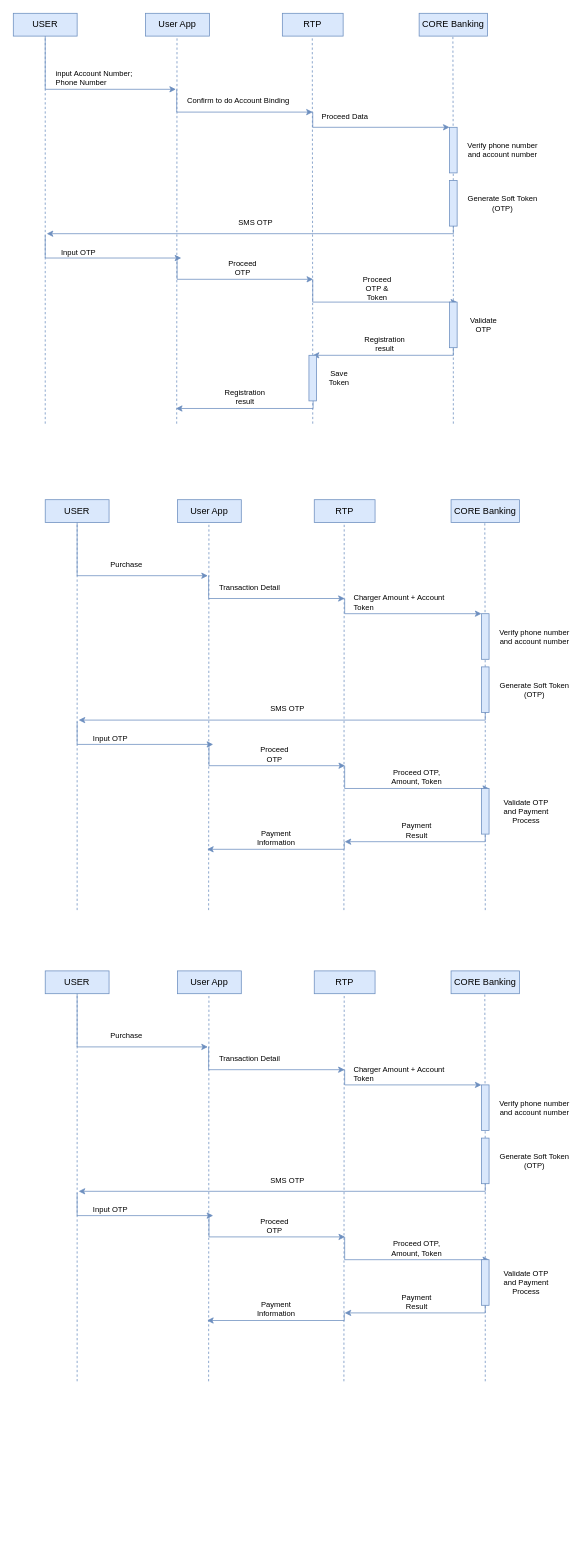
Above: api flow.drawio in stephendaniel31/draw.io (draw.io), before the change. Source tidied: cells renumbered, new cells numbered last; positions are measured from the earlier drawing's top-left corner, leaving out a move shared by most shapes. Both pictures are drawn from the tidied source at 76%, with x=0, y=0 at pixel (13, 13).
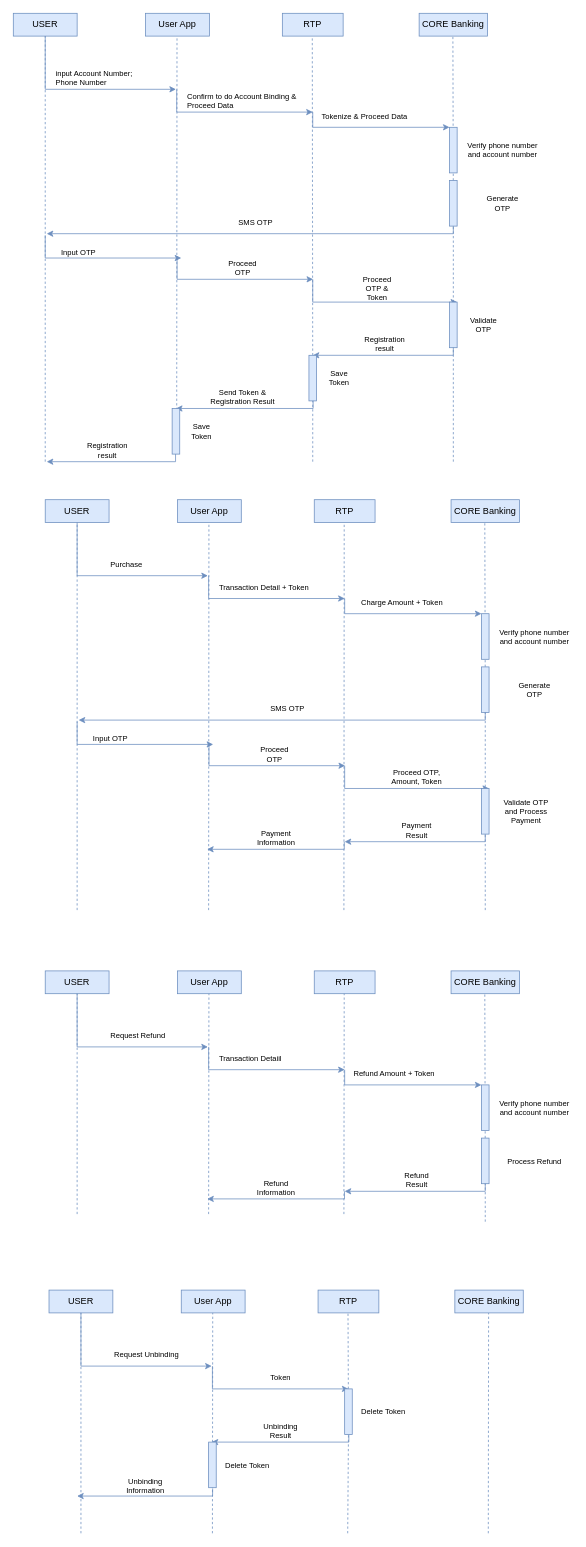
Above is the later version.

Unchanged cells that the change refers to:
```xml
<mxCell id="3" value="USER" style="rounded=0;whiteSpace=wrap;html=1;fillColor=#dae8fc;strokeColor=#6c8ebf;" parent="1" vertex="1">
  <mxGeometry width="84" height="30" as="geometry" />
</mxCell>
<mxCell id="18" style="rounded=0;whiteSpace=wrap;html=1;fontSize=8;fillColor=#dae8fc;strokeColor=#6c8ebf;" parent="1" vertex="1">
  <mxGeometry x="574" y="220" width="10" height="60" as="geometry" />
</mxCell>
<mxCell id="33" style="rounded=0;whiteSpace=wrap;html=1;fontSize=8;fillColor=#dae8fc;strokeColor=#6c8ebf;" parent="1" vertex="1">
  <mxGeometry x="389" y="450" width="10" height="60" as="geometry" />
</mxCell>
<mxCell id="72" value="USER" style="rounded=0;whiteSpace=wrap;html=1;fillColor=#dae8fc;strokeColor=#6c8ebf;" parent="1" vertex="1">
  <mxGeometry x="42" y="1260" width="84" height="30" as="geometry" />
</mxCell>
<mxCell id="87" style="rounded=0;whiteSpace=wrap;html=1;fontSize=8;fillColor=#dae8fc;strokeColor=#6c8ebf;" parent="1" vertex="1">
  <mxGeometry x="616" y="1480" width="10" height="60" as="geometry" />
</mxCell>
```

Diff of the diagram source:
```diff
@@
     <mxCell id="6" style="endArrow=none;dashed=1;html=1;rounded=0;entryX=0.5;entryY=1;entryDx=0;entryDy=0;fillColor=#dae8fc;strokeColor=#6c8ebf;" parent="1" edge="1" target="3">
       <mxGeometry relative="1" as="geometry">
-        <mxPoint x="42" y="540" as="sourcePoint" />
+        <mxPoint x="42" y="590" as="sourcePoint" />
       </mxGeometry>
     </mxCell>
@@
-    <mxCell id="13" value="Confirm to do Account Binding" style="text;html=1;fillColor=none;align=left;verticalAlign=middle;whiteSpace=wrap;rounded=0;fontSize=10;" parent="1" vertex="1">
+    <mxCell id="13" value="Confirm to do Account Binding &amp;amp; Proceed Data" style="text;html=1;fillColor=none;align=left;verticalAlign=middle;whiteSpace=wrap;rounded=0;fontSize=10;" parent="1" vertex="1">
       <mxGeometry x="227" y="100" width="150" height="30" as="geometry" />
     </mxCell>
@@
-    <mxCell id="15" value="Proceed Data" style="text;html=1;fillColor=none;align=left;verticalAlign=middle;whiteSpace=wrap;rounded=0;fontSize=10;" parent="1" vertex="1">
+    <mxCell id="15" value="Tokenize &amp;amp; Proceed Data" style="text;html=1;fillColor=none;align=left;verticalAlign=middle;whiteSpace=wrap;rounded=0;fontSize=10;" parent="1" vertex="1">
       <mxGeometry x="404" y="120" width="150" height="30" as="geometry" />
     </mxCell>
@@
     <mxCell id="19" style="endArrow=none;dashed=1;html=1;rounded=0;entryX=0.5;entryY=1;entryDx=0;entryDy=0;fillColor=#dae8fc;strokeColor=#6c8ebf;" parent="1" edge="1" target="18">
       <mxGeometry relative="1" as="geometry">
-        <mxPoint x="579" y="540" as="sourcePoint" />
+        <mxPoint x="579" y="590" as="sourcePoint" />
       </mxGeometry>
     </mxCell>
-    <mxCell id="20" value="Generate Soft Token&lt;br style=&quot;font-size: 10px;&quot;&gt;(OTP)" style="text;html=1;fillColor=none;align=center;verticalAlign=middle;whiteSpace=wrap;rounded=0;fontSize=10;" parent="1" vertex="1">
+    <mxCell id="20" value="Generate&lt;br&gt;OTP" style="text;html=1;fillColor=none;align=center;verticalAlign=middle;whiteSpace=wrap;rounded=0;fontSize=10;" parent="1" vertex="1">
       <mxGeometry x="594" y="235" width="100" height="30" as="geometry" />
     </mxCell>
@@
     <mxCell id="34" style="endArrow=none;dashed=1;html=1;rounded=0;entryX=0.5;entryY=1;entryDx=0;entryDy=0;fillColor=#dae8fc;strokeColor=#6c8ebf;" parent="1" edge="1" target="33">
       <mxGeometry relative="1" as="geometry">
-        <mxPoint x="394" y="540" as="sourcePoint" />
+        <mxPoint x="394" y="590" as="sourcePoint" />
       </mxGeometry>
     </mxCell>
@@
-    <mxCell id="37" value="Registration result" style="text;html=1;fillColor=none;align=center;verticalAlign=middle;whiteSpace=wrap;rounded=0;fontSize=10;" parent="1" vertex="1">
-      <mxGeometry x="279.5" y="490" width="50" height="30" as="geometry" />
+    <mxCell id="37" value="Send Token &amp;amp; Registration Result" style="text;html=1;fillColor=none;align=center;verticalAlign=middle;whiteSpace=wrap;rounded=0;fontSize=10;" parent="1" vertex="1">
+      <mxGeometry x="254.2" y="490" width="95.5" height="30" as="geometry" />
     </mxCell>
@@
-    <mxCell id="49" value="Transaction Detail" style="text;html=1;fillColor=none;align=left;verticalAlign=middle;whiteSpace=wrap;rounded=0;fontSize=10;" parent="1" vertex="1">
+    <mxCell id="49" value="Transaction Detail + Token" style="text;html=1;fillColor=none;align=left;verticalAlign=middle;whiteSpace=wrap;rounded=0;fontSize=10;" parent="1" vertex="1">
       <mxGeometry x="269" y="740" width="150" height="30" as="geometry" />
     </mxCell>
@@
-    <mxCell id="51" value="Charger Amount + Account Token" style="text;html=1;fillColor=none;align=left;verticalAlign=middle;whiteSpace=wrap;rounded=0;fontSize=10;" parent="1" vertex="1">
-      <mxGeometry x="446" y="760" width="150" height="30" as="geometry" />
+    <mxCell id="51" value="Charge Amount + Token" style="text;html=1;fillColor=none;align=left;verticalAlign=middle;whiteSpace=wrap;rounded=0;fontSize=10;" parent="1" vertex="1">
+      <mxGeometry x="456" y="760" width="150" height="30" as="geometry" />
     </mxCell>
@@
-    <mxCell id="56" value="Generate Soft Token&lt;br style=&quot;font-size: 10px;&quot;&gt;(OTP)" style="text;html=1;fillColor=none;align=center;verticalAlign=middle;whiteSpace=wrap;rounded=0;fontSize=10;" parent="1" vertex="1">
-      <mxGeometry x="636" y="875" width="100" height="30" as="geometry" />
+    <mxCell id="56" value="Generate&lt;br&gt;OTP" style="text;html=1;fillColor=none;align=center;verticalAlign=middle;whiteSpace=wrap;rounded=0;fontSize=10;" parent="1" vertex="1">
+      <mxGeometry x="647" y="875" width="78" height="30" as="geometry" />
     </mxCell>
@@
-    <mxCell id="66" value="Validate OTP and Payment Process" style="text;html=1;fillColor=none;align=center;verticalAlign=middle;whiteSpace=wrap;rounded=0;fontSize=10;" parent="1" vertex="1">
+    <mxCell id="66" value="Validate OTP and Process Payment" style="text;html=1;fillColor=none;align=center;verticalAlign=middle;whiteSpace=wrap;rounded=0;fontSize=10;" parent="1" vertex="1">
       <mxGeometry x="636" y="1035" width="78" height="30" as="geometry" />
     </mxCell>
@@
     <mxCell id="75" style="endArrow=none;dashed=1;html=1;rounded=0;entryX=0.5;entryY=1;entryDx=0;entryDy=0;fillColor=#dae8fc;strokeColor=#6c8ebf;" parent="1" edge="1" target="72">
       <mxGeometry relative="1" as="geometry">
-        <mxPoint x="84" y="1800" as="sourcePoint" />
+        <mxPoint x="84" y="1580" as="sourcePoint" />
       </mxGeometry>
     </mxCell>
     <mxCell id="76" style="endArrow=none;dashed=1;html=1;rounded=0;entryX=0.5;entryY=1;entryDx=0;entryDy=0;fillColor=#dae8fc;strokeColor=#6c8ebf;" parent="1" edge="1">
       <mxGeometry relative="1" as="geometry">
-        <mxPoint x="257" y="1800" as="sourcePoint" />
+        <mxPoint x="257" y="1580" as="sourcePoint" />
         <mxPoint x="257.4" y="1290" as="targetPoint" />
       </mxGeometry>
     </mxCell>
     <mxCell id="77" style="endArrow=none;dashed=1;html=1;rounded=0;entryX=0.5;entryY=1;entryDx=0;entryDy=0;startArrow=none;fillColor=#dae8fc;strokeColor=#6c8ebf;" parent="1" edge="1">
       <mxGeometry relative="1" as="geometry">
-        <mxPoint x="435" y="1800" as="sourcePoint" />
+        <mxPoint x="435" y="1580" as="sourcePoint" />
         <mxPoint x="435.4" y="1290" as="targetPoint" />
       </mxGeometry>
     </mxCell>
@@
-    <mxCell id="79" value="Purchase" style="text;html=1;fillColor=none;align=left;verticalAlign=middle;whiteSpace=wrap;rounded=0;fontSize=10;" parent="1" vertex="1">
+    <mxCell id="79" value="Request Refund" style="text;html=1;fillColor=none;align=left;verticalAlign=middle;whiteSpace=wrap;rounded=0;fontSize=10;" parent="1" vertex="1">
       <mxGeometry x="126" y="1330" width="130" height="30" as="geometry" />
     </mxCell>
@@
-    <mxCell id="82" value="Transaction Detail" style="text;html=1;fillColor=none;align=left;verticalAlign=middle;whiteSpace=wrap;rounded=0;fontSize=10;" parent="1" vertex="1">
+    <mxCell id="82" value="Transaction Detaiil" style="text;html=1;fillColor=none;align=left;verticalAlign=middle;whiteSpace=wrap;rounded=0;fontSize=10;" parent="1" vertex="1">
       <mxGeometry x="269" y="1360" width="150" height="30" as="geometry" />
     </mxCell>
@@
-    <mxCell id="84" value="Charger Amount + Account Token" style="text;html=1;fillColor=none;align=left;verticalAlign=middle;whiteSpace=wrap;rounded=0;fontSize=10;" parent="1" vertex="1">
+    <mxCell id="84" value="Refund Amount + Token" style="text;html=1;fillColor=none;align=left;verticalAlign=middle;whiteSpace=wrap;rounded=0;fontSize=10;" parent="1" vertex="1">
       <mxGeometry x="446" y="1380" width="150" height="30" as="geometry" />
     </mxCell>
@@
     <mxCell id="88" style="endArrow=none;dashed=1;html=1;rounded=0;entryX=0.5;entryY=1;entryDx=0;entryDy=0;fillColor=#dae8fc;strokeColor=#6c8ebf;" parent="1" edge="1" target="87">
       <mxGeometry relative="1" as="geometry">
-        <mxPoint x="621" y="1800" as="sourcePoint" />
+        <mxPoint x="621" y="1590" as="sourcePoint" />
       </mxGeometry>
     </mxCell>
-    <mxCell id="89" value="Generate Soft Token&lt;br style=&quot;font-size: 10px;&quot;&gt;(OTP)" style="text;html=1;fillColor=none;align=center;verticalAlign=middle;whiteSpace=wrap;rounded=0;fontSize=10;" parent="1" vertex="1">
+    <mxCell id="89" value="Process Refund" style="text;html=1;fillColor=none;align=center;verticalAlign=middle;whiteSpace=wrap;rounded=0;fontSize=10;" parent="1" vertex="1">
       <mxGeometry x="636" y="1495" width="100" height="30" as="geometry" />
     </mxCell>
-    <mxCell id="90" style="endArrow=classic;html=1;rounded=0;exitX=0.5;exitY=1;exitDx=0;exitDy=0;fillColor=#dae8fc;strokeColor=#6c8ebf;" parent="1" edge="1" source="87">
-      <mxGeometry relative="1" as="geometry">
-        <mxPoint x="86" y="1550" as="targetPoint" />
-        <Array as="points">
-          <mxPoint x="621" y="1550" />
-        </Array>
-      </mxGeometry>
-    </mxCell>
-    <mxCell id="91" value="SMS OTP" style="text;html=1;fillColor=none;align=center;verticalAlign=middle;whiteSpace=wrap;rounded=0;fontSize=10;" parent="1" vertex="1">
-      <mxGeometry x="336" y="1520" width="50" height="30" as="geometry" />
-    </mxCell>
-    <mxCell id="92" value="Input OTP" style="text;html=1;fillColor=none;align=center;verticalAlign=middle;whiteSpace=wrap;rounded=0;fontSize=10;" parent="1" vertex="1">
-      <mxGeometry x="103" y="1559" width="50" height="30" as="geometry" />
-    </mxCell>
-    <mxCell id="93" style="endArrow=classic;html=1;rounded=0;exitX=0.5;exitY=1;exitDx=0;exitDy=0;fillColor=#dae8fc;strokeColor=#6c8ebf;" parent="1" edge="1">
-      <mxGeometry relative="1" as="geometry">
-        <mxPoint x="84" y="1552" as="sourcePoint" />
-        <mxPoint x="263" y="1582" as="targetPoint" />
-        <Array as="points">
-          <mxPoint x="84" y="1582" />
-        </Array>
-      </mxGeometry>
-    </mxCell>
-    <mxCell id="94" style="endArrow=classic;html=1;rounded=0;exitX=0.5;exitY=1;exitDx=0;exitDy=0;fillColor=#dae8fc;strokeColor=#6c8ebf;" parent="1" edge="1">
-      <mxGeometry relative="1" as="geometry">
-        <mxPoint x="257.5" y="1580" as="sourcePoint" />
-        <mxPoint x="436.5" y="1610" as="targetPoint" />
-        <Array as="points">
-          <mxPoint x="257.5" y="1610" />
-        </Array>
-      </mxGeometry>
-    </mxCell>
-    <mxCell id="95" value="Proceed OTP" style="text;html=1;fillColor=none;align=center;verticalAlign=middle;whiteSpace=wrap;rounded=0;fontSize=10;" parent="1" vertex="1">
-      <mxGeometry x="319" y="1580" width="50" height="30" as="geometry" />
-    </mxCell>
-    <mxCell id="96" style="endArrow=classic;html=1;rounded=0;exitX=0.5;exitY=1;exitDx=0;exitDy=0;fillColor=#dae8fc;strokeColor=#6c8ebf;" parent="1" edge="1">
-      <mxGeometry relative="1" as="geometry">
-        <mxPoint x="436" y="1610" as="sourcePoint" />
-        <mxPoint x="626" y="1640" as="targetPoint" />
-        <Array as="points">
-          <mxPoint x="436" y="1640" />
-        </Array>
-      </mxGeometry>
-    </mxCell>
-    <mxCell id="97" value="Proceed OTP, Amount, Token" style="text;html=1;fillColor=none;align=center;verticalAlign=middle;whiteSpace=wrap;rounded=0;fontSize=10;" parent="1" vertex="1">
-      <mxGeometry x="482" y="1610" width="98" height="30" as="geometry" />
-    </mxCell>
-    <mxCell id="98" style="rounded=0;whiteSpace=wrap;html=1;fontSize=8;fillColor=#dae8fc;strokeColor=#6c8ebf;" parent="1" vertex="1">
-      <mxGeometry x="616" y="1640" width="10" height="60" as="geometry" />
-    </mxCell>
-    <mxCell id="99" value="Validate OTP and Payment Process" style="text;html=1;fillColor=none;align=center;verticalAlign=middle;whiteSpace=wrap;rounded=0;fontSize=10;" parent="1" vertex="1">
-      <mxGeometry x="636" y="1655" width="78" height="30" as="geometry" />
-    </mxCell>
     <mxCell id="100" style="endArrow=classic;html=1;rounded=0;exitX=0.5;exitY=1;exitDx=0;exitDy=0;fillColor=#dae8fc;strokeColor=#6c8ebf;" parent="1" edge="1">
       <mxGeometry relative="1" as="geometry">
-        <mxPoint x="621" y="1700" as="sourcePoint" />
-        <mxPoint x="436" y="1710" as="targetPoint" />
+        <mxPoint x="621" y="1540" as="sourcePoint" />
+        <mxPoint x="436" y="1550" as="targetPoint" />
         <Array as="points">
-          <mxPoint x="621" y="1710" />
+          <mxPoint x="621" y="1550" />
         </Array>
       </mxGeometry>
     </mxCell>
-    <mxCell id="101" value="Payment Result" style="text;html=1;fillColor=none;align=center;verticalAlign=middle;whiteSpace=wrap;rounded=0;fontSize=10;" parent="1" vertex="1">
-      <mxGeometry x="506" y="1680" width="50" height="30" as="geometry" />
+    <mxCell id="101" value="Refund Result" style="text;html=1;fillColor=none;align=center;verticalAlign=middle;whiteSpace=wrap;rounded=0;fontSize=10;" parent="1" vertex="1">
+      <mxGeometry x="506" y="1520" width="50" height="30" as="geometry" />
     </mxCell>
     <mxCell id="102" style="endArrow=classic;html=1;rounded=0;exitX=0.5;exitY=1;exitDx=0;exitDy=0;fillColor=#dae8fc;strokeColor=#6c8ebf;" parent="1" edge="1">
       <mxGeometry relative="1" as="geometry">
-        <mxPoint x="435.5" y="1710" as="sourcePoint" />
-        <mxPoint x="255" y="1720" as="targetPoint" />
+        <mxPoint x="435.8" y="1550" as="sourcePoint" />
+        <mxPoint x="255.2" y="1560" as="targetPoint" />
         <Array as="points">
-          <mxPoint x="435.5" y="1720" />
+          <mxPoint x="435.8" y="1560" />
         </Array>
       </mxGeometry>
     </mxCell>
-    <mxCell id="103" value="Payment Information" style="text;html=1;fillColor=none;align=center;verticalAlign=middle;whiteSpace=wrap;rounded=0;fontSize=10;" parent="1" vertex="1">
-      <mxGeometry x="320.5" y="1690" width="50" height="30" as="geometry" />
+    <mxCell id="103" value="Refund&lt;br&gt;Information" style="text;html=1;fillColor=none;align=center;verticalAlign=middle;whiteSpace=wrap;rounded=0;fontSize=10;" parent="1" vertex="1">
+      <mxGeometry x="320.8" y="1530" width="50" height="30" as="geometry" />
     </mxCell>
+    <mxCell id="104" style="rounded=0;whiteSpace=wrap;html=1;fontSize=8;fillColor=#dae8fc;strokeColor=#6c8ebf;" parent="1" vertex="1">
+      <mxGeometry x="209" y="520" width="10" height="60" as="geometry" />
+    </mxCell>
+    <mxCell id="105" value="Save Token" style="text;html=1;fillColor=none;align=center;verticalAlign=middle;whiteSpace=wrap;rounded=0;fontSize=10;" parent="1" vertex="1">
+      <mxGeometry x="223" y="535" width="50" height="30" as="geometry" />
+    </mxCell>
+    <mxCell id="106" style="endArrow=classic;html=1;rounded=0;exitX=0.5;exitY=1;exitDx=0;exitDy=0;fillColor=#dae8fc;strokeColor=#6c8ebf;" parent="1" edge="1">
+      <mxGeometry relative="1" as="geometry">
+        <mxPoint x="213.5" y="580" as="sourcePoint" />
+        <mxPoint x="44" y="590" as="targetPoint" />
+        <Array as="points">
+          <mxPoint x="213.5" y="590" />
+        </Array>
+      </mxGeometry>
+    </mxCell>
+    <mxCell id="107" value="Registration result" style="text;html=1;fillColor=none;align=center;verticalAlign=middle;whiteSpace=wrap;rounded=0;fontSize=10;" parent="1" vertex="1">
+      <mxGeometry x="98.5" y="560" width="50" height="30" as="geometry" />
+    </mxCell>
+    <mxCell id="108" style="endArrow=none;dashed=1;html=1;rounded=0;entryX=0.5;entryY=1;entryDx=0;entryDy=0;startArrow=none;fillColor=#dae8fc;strokeColor=#6c8ebf;" parent="1" edge="1">
+      <mxGeometry relative="1" as="geometry">
+        <mxPoint x="625" y="2000" as="sourcePoint" />
+        <mxPoint x="625.4" y="1710" as="targetPoint" />
+      </mxGeometry>
+    </mxCell>
+    <mxCell id="109" value="USER" style="rounded=0;whiteSpace=wrap;html=1;fillColor=#dae8fc;strokeColor=#6c8ebf;" parent="1" vertex="1">
+      <mxGeometry x="47" y="1680" width="84" height="30" as="geometry" />
+    </mxCell>
+    <mxCell id="110" value="User App" style="rounded=0;whiteSpace=wrap;html=1;fillColor=#dae8fc;strokeColor=#6c8ebf;" parent="1" vertex="1">
+      <mxGeometry x="221" y="1680" width="84" height="30" as="geometry" />
+    </mxCell>
+    <mxCell id="111" value="RTP" style="rounded=0;whiteSpace=wrap;html=1;fillColor=#dae8fc;strokeColor=#6c8ebf;" parent="1" vertex="1">
+      <mxGeometry x="401" y="1680" width="80" height="30" as="geometry" />
+    </mxCell>
+    <mxCell id="112" style="endArrow=none;dashed=1;html=1;rounded=0;entryX=0.5;entryY=1;entryDx=0;entryDy=0;fillColor=#dae8fc;strokeColor=#6c8ebf;" parent="1" edge="1" target="109">
+      <mxGeometry relative="1" as="geometry">
+        <mxPoint x="89" y="2000" as="sourcePoint" />
+      </mxGeometry>
+    </mxCell>
+    <mxCell id="113" style="endArrow=none;dashed=1;html=1;rounded=0;entryX=0.5;entryY=1;entryDx=0;entryDy=0;fillColor=#dae8fc;strokeColor=#6c8ebf;" parent="1" edge="1">
+      <mxGeometry relative="1" as="geometry">
+        <mxPoint x="262" y="2000" as="sourcePoint" />
+        <mxPoint x="262.4" y="1710" as="targetPoint" />
+      </mxGeometry>
+    </mxCell>
+    <mxCell id="114" style="endArrow=none;dashed=1;html=1;rounded=0;entryX=0.5;entryY=1;entryDx=0;entryDy=0;startArrow=none;fillColor=#dae8fc;strokeColor=#6c8ebf;" parent="1" edge="1" source="123">
+      <mxGeometry relative="1" as="geometry">
+        <mxPoint x="440.4" y="1710" as="targetPoint" />
+      </mxGeometry>
+    </mxCell>
+    <mxCell id="115" style="endArrow=classic;html=1;rounded=0;exitX=0.5;exitY=1;exitDx=0;exitDy=0;fillColor=#dae8fc;strokeColor=#6c8ebf;" parent="1" edge="1" source="109">
+      <mxGeometry relative="1" as="geometry">
+        <mxPoint x="261" y="1780" as="targetPoint" />
+        <Array as="points">
+          <mxPoint x="89" y="1780" />
+        </Array>
+      </mxGeometry>
+    </mxCell>
+    <mxCell id="116" value="Request Unbinding" style="text;html=1;fillColor=none;align=left;verticalAlign=middle;whiteSpace=wrap;rounded=0;fontSize=10;" parent="1" vertex="1">
+      <mxGeometry x="131" y="1750" width="130" height="30" as="geometry" />
+    </mxCell>
+    <mxCell id="117" style="endArrow=classic;html=1;rounded=0;exitX=0.5;exitY=1;exitDx=0;exitDy=0;fillColor=#dae8fc;strokeColor=#6c8ebf;" parent="1" edge="1">
+      <mxGeometry relative="1" as="geometry">
+        <mxPoint x="262" y="1780" as="sourcePoint" />
+        <mxPoint x="441" y="1810" as="targetPoint" />
+        <Array as="points">
+          <mxPoint x="262" y="1810" />
+        </Array>
+      </mxGeometry>
+    </mxCell>
+    <mxCell id="118" value="CORE Banking" style="rounded=0;whiteSpace=wrap;html=1;fillColor=#dae8fc;strokeColor=#6c8ebf;" parent="1" vertex="1">
+      <mxGeometry x="581" y="1680" width="90" height="30" as="geometry" />
+    </mxCell>
+    <mxCell id="119" value="Token" style="text;html=1;fillColor=none;align=center;verticalAlign=middle;whiteSpace=wrap;rounded=0;fontSize=10;" parent="1" vertex="1">
+      <mxGeometry x="277" y="1780" width="150" height="30" as="geometry" />
+    </mxCell>
+    <mxCell id="120" value="Delete Token" style="text;html=1;fillColor=none;align=left;verticalAlign=middle;whiteSpace=wrap;rounded=0;fontSize=10;" parent="1" vertex="1">
+      <mxGeometry x="456" y="1825" width="150" height="30" as="geometry" />
+    </mxCell>
+    <mxCell id="121" style="endArrow=classic;html=1;rounded=0;exitX=0.5;exitY=1;exitDx=0;exitDy=0;fillColor=#dae8fc;strokeColor=#6c8ebf;" parent="1" edge="1">
+      <mxGeometry relative="1" as="geometry">
+        <mxPoint x="441.5" y="1870" as="sourcePoint" />
+        <mxPoint x="261" y="1880" as="targetPoint" />
+        <Array as="points">
+          <mxPoint x="441.5" y="1880" />
+        </Array>
+      </mxGeometry>
+    </mxCell>
+    <mxCell id="122" value="Unbinding Result" style="text;html=1;fillColor=none;align=center;verticalAlign=middle;whiteSpace=wrap;rounded=0;fontSize=10;" parent="1" vertex="1">
+      <mxGeometry x="326.5" y="1850" width="50" height="30" as="geometry" />
+    </mxCell>
+    <mxCell id="123" style="rounded=0;whiteSpace=wrap;html=1;fontSize=8;fillColor=#dae8fc;strokeColor=#6c8ebf;" parent="1" vertex="1">
+      <mxGeometry x="436" y="1810" width="10" height="60" as="geometry" />
+    </mxCell>
+    <mxCell id="124" style="endArrow=none;dashed=1;html=1;rounded=0;entryX=0.5;entryY=1;entryDx=0;entryDy=0;startArrow=none;fillColor=#dae8fc;strokeColor=#6c8ebf;" parent="1" edge="1" target="123">
+      <mxGeometry relative="1" as="geometry">
+        <mxPoint x="440" y="2000" as="sourcePoint" />
+      </mxGeometry>
+    </mxCell>
+    <mxCell id="125" value="Delete Token" style="text;html=1;fillColor=none;align=left;verticalAlign=middle;whiteSpace=wrap;rounded=0;fontSize=10;" parent="1" vertex="1">
+      <mxGeometry x="277" y="1895" width="150" height="30" as="geometry" />
+    </mxCell>
+    <mxCell id="126" style="rounded=0;whiteSpace=wrap;html=1;fontSize=8;fillColor=#dae8fc;strokeColor=#6c8ebf;" parent="1" vertex="1">
+      <mxGeometry x="257" y="1880" width="10" height="60" as="geometry" />
+    </mxCell>
+    <mxCell id="127" style="endArrow=classic;html=1;rounded=0;exitX=0.5;exitY=1;exitDx=0;exitDy=0;fillColor=#dae8fc;strokeColor=#6c8ebf;" parent="1" edge="1">
+      <mxGeometry relative="1" as="geometry">
+        <mxPoint x="262.3" y="1941" as="sourcePoint" />
+        <mxPoint x="84" y="1951" as="targetPoint" />
+        <Array as="points">
+          <mxPoint x="262.2" y="1951" />
+        </Array>
+      </mxGeometry>
+    </mxCell>
+    <mxCell id="128" value="Unbinding&lt;br&gt;Information" style="text;html=1;fillColor=none;align=center;verticalAlign=middle;whiteSpace=wrap;rounded=0;fontSize=10;" parent="1" vertex="1">
+      <mxGeometry x="149" y="1922" width="50" height="30" as="geometry" />
+    </mxCell>
```
